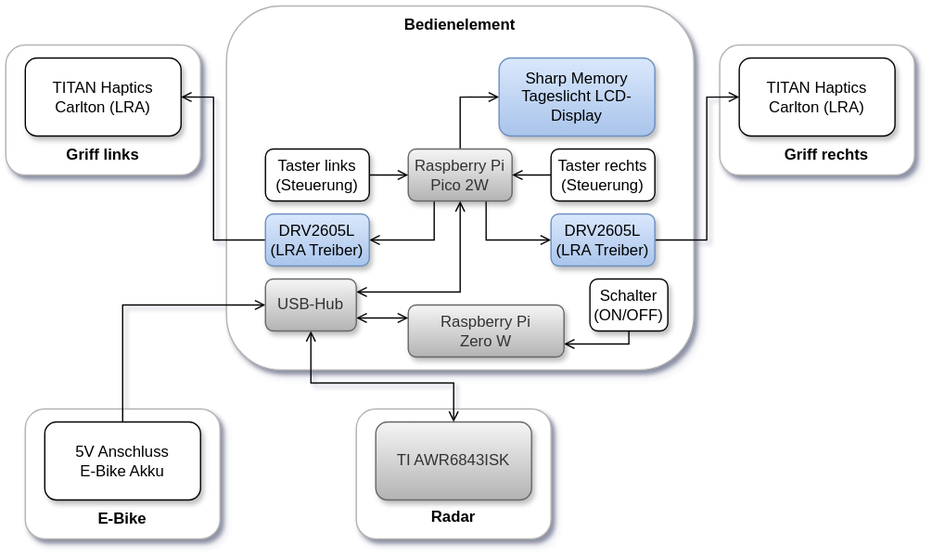
Earlier version of the draw.io export assets/system-overview.svg (Fahradar/slides). Source tidied: cells renumbered, new cells last; positions are measured from the earlier drawing's top-left corner, leaving out a move shared by most shapes.
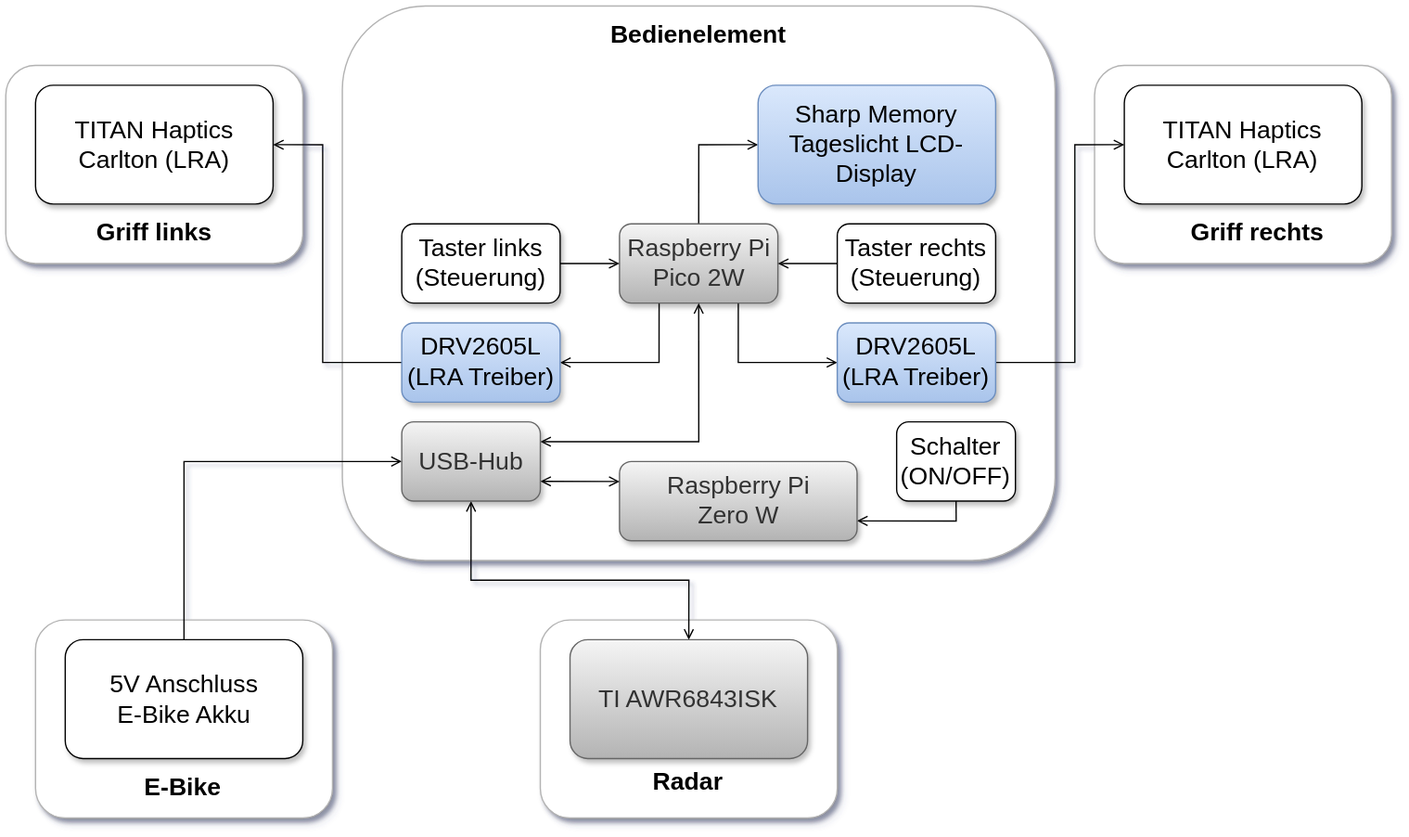
Later version of the same file.

Commit message:
Update README & add system overview.

Diff of the diagram source:
```diff
@@ -2,142 +2,145 @@
   <root>
     <mxCell id="0" />
     <mxCell id="1" parent="0" />
+    <mxCell id="37" style="group;fontSize=19;" parent="1" vertex="1">
+      <mxGeometry x="11" y="81" width="1067.1" height="625" as="geometry" />
+    </mxCell>
-    <mxCell id="2" style="rounded=1;whiteSpace=wrap;html=1;fontFamily=Liberation Sans;shadow=1;strokeColor=#B3B3B3;" parent="1" vertex="1">
-      <mxGeometry x="15" y="310" width="150" height="100" as="geometry" />
+    <mxCell id="2" style="rounded=1;whiteSpace=wrap;html=1;fontFamily=Liberation Sans;shadow=1;strokeColor=#B3B3B3;fontSize=19;" parent="37" vertex="1">
+      <mxGeometry x="22.9" y="472.6" width="228.7" height="152.4" as="geometry" />
     </mxCell>
-    <mxCell id="3" style="rounded=1;whiteSpace=wrap;html=1;fontFamily=Liberation Sans;shadow=1;strokeColor=#B3B3B3;" parent="1" vertex="1">
-      <mxGeometry x="270" y="310" width="150" height="100" as="geometry" />
+    <mxCell id="3" style="rounded=1;whiteSpace=wrap;html=1;fontFamily=Liberation Sans;shadow=1;strokeColor=#B3B3B3;fontSize=19;" parent="37" vertex="1">
+      <mxGeometry x="411.6" y="472.6" width="228.7" height="152.4" as="geometry" />
     </mxCell>
-    <mxCell id="4" style="rounded=1;whiteSpace=wrap;html=1;fontFamily=Liberation Sans;shadow=1;strokeColor=#B3B3B3;" parent="1" vertex="1">
-      <mxGeometry x="170" width="360" height="280" as="geometry" />
+    <mxCell id="4" style="rounded=1;whiteSpace=wrap;html=1;fontFamily=Liberation Sans;shadow=1;strokeColor=#B3B3B3;fontSize=19;" parent="37" vertex="1">
+      <mxGeometry x="259.1" width="548.8" height="426.8" as="geometry" />
     </mxCell>
-    <mxCell id="5" style="rounded=1;whiteSpace=wrap;html=1;fontFamily=Liberation Sans;shadow=1;strokeColor=#B3B3B3;" parent="1" vertex="1">
-      <mxGeometry y="30" width="150" height="100" as="geometry" />
+    <mxCell id="5" style="rounded=1;whiteSpace=wrap;html=1;fontFamily=Liberation Sans;shadow=1;strokeColor=#B3B3B3;fontSize=19;" parent="37" vertex="1">
+      <mxGeometry y="45.7" width="228.7" height="152.4" as="geometry" />
     </mxCell>
-    <mxCell id="6" style="edgeStyle=orthogonalEdgeStyle;rounded=0;jettySize=auto;html=1;exitX=0.25;exitY=1;exitDx=0;exitDy=0;entryX=1;entryY=0.5;entryDx=0;entryDy=0;endArrow=open;endFill=0;fontFamily=Liberation Sans;" parent="1" edge="1" source="9" target="13">
+    <mxCell id="6" style="edgeStyle=orthogonalEdgeStyle;rounded=0;jettySize=auto;html=1;exitX=0.25;exitY=1;exitDx=0;exitDy=0;entryX=1;entryY=0.5;entryDx=0;entryDy=0;endArrow=open;endFill=0;fontFamily=Liberation Sans;fontSize=19;" parent="37" edge="1" source="9" target="13">
       <mxGeometry relative="1" as="geometry" />
     </mxCell>
-    <mxCell id="7" style="edgeStyle=orthogonalEdgeStyle;rounded=0;jettySize=auto;html=1;exitX=0.75;exitY=1;exitDx=0;exitDy=0;entryX=0;entryY=0.5;entryDx=0;entryDy=0;endArrow=open;endFill=0;fontFamily=Liberation Sans;" parent="1" edge="1" source="9" target="32">
+    <mxCell id="7" style="edgeStyle=orthogonalEdgeStyle;rounded=0;jettySize=auto;html=1;exitX=0.75;exitY=1;exitDx=0;exitDy=0;entryX=0;entryY=0.5;entryDx=0;entryDy=0;endArrow=open;endFill=0;fontFamily=Liberation Sans;fontSize=19;" parent="37" edge="1" source="9" target="32">
       <mxGeometry relative="1" as="geometry" />
     </mxCell>
-    <mxCell id="8" style="edgeStyle=orthogonalEdgeStyle;rounded=0;jettySize=auto;html=1;exitX=0.5;exitY=0;exitDx=0;exitDy=0;entryX=0;entryY=0.5;entryDx=0;entryDy=0;endArrow=open;endFill=0;fontFamily=Liberation Sans;" parent="1" edge="1" source="9" target="10">
+    <mxCell id="8" style="edgeStyle=orthogonalEdgeStyle;rounded=0;jettySize=auto;html=1;exitX=0.5;exitY=0;exitDx=0;exitDy=0;entryX=0;entryY=0.5;entryDx=0;entryDy=0;endArrow=open;endFill=0;fontFamily=Liberation Sans;fontSize=19;" parent="37" edge="1" source="9" target="10">
       <mxGeometry relative="1" as="geometry">
         <Array as="points">
-          <mxPoint x="350" y="70" />
+          <mxPoint x="533.5" y="106.7" />
         </Array>
       </mxGeometry>
     </mxCell>
-    <mxCell id="9" value="Raspberry Pi &lt;br&gt;Pico 2W" style="rounded=1;whiteSpace=wrap;html=1;fillColor=#f5f5f5;fontColor=#333333;strokeColor=#666666;fontFamily=Liberation Sans;shadow=1;gradientColor=#B3B3B3;" parent="1" vertex="1">
-      <mxGeometry x="310" y="110" width="80" height="40" as="geometry" />
+    <mxCell id="9" value="Raspberry Pi &lt;br&gt;Pico 2W" style="rounded=1;whiteSpace=wrap;html=1;fillColor=#f5f5f5;fontColor=#333333;strokeColor=#666666;fontFamily=Liberation Sans;shadow=1;gradientColor=#B3B3B3;fontSize=19;" parent="37" vertex="1">
+      <mxGeometry x="472.6" y="167.7" width="122" height="61" as="geometry" />
     </mxCell>
-    <mxCell id="10" value="Sharp Memory Tageslicht LCD-Display" style="rounded=1;whiteSpace=wrap;html=1;fillColor=#dae8fc;strokeColor=#6c8ebf;fontFamily=Liberation Sans;gradientColor=#A9C4EB;shadow=1;" parent="1" vertex="1">
-      <mxGeometry x="380" y="40" width="120" height="60" as="geometry" />
+    <mxCell id="10" value="Sharp Memory Tageslicht LCD-Display" style="rounded=1;whiteSpace=wrap;html=1;fillColor=#dae8fc;strokeColor=#6c8ebf;fontFamily=Liberation Sans;gradientColor=#A9C4EB;shadow=1;fontSize=19;" parent="37" vertex="1">
+      <mxGeometry x="579.3" y="61" width="182.9" height="91.5" as="geometry" />
     </mxCell>
-    <mxCell id="11" value="TITAN Haptics Carlton (LRA)" style="rounded=1;whiteSpace=wrap;html=1;fontFamily=Liberation Sans;shadow=1;" parent="1" vertex="1">
-      <mxGeometry x="15" y="40" width="120" height="60" as="geometry" />
+    <mxCell id="11" value="TITAN Haptics Carlton (LRA)" style="rounded=1;whiteSpace=wrap;html=1;fontFamily=Liberation Sans;shadow=1;fontSize=19;" parent="37" vertex="1">
+      <mxGeometry x="22.9" y="61" width="182.9" height="91.5" as="geometry" />
     </mxCell>
-    <mxCell id="12" style="edgeStyle=orthogonalEdgeStyle;rounded=0;jettySize=auto;html=1;exitX=0;exitY=0.5;exitDx=0;exitDy=0;entryX=1;entryY=0.5;entryDx=0;entryDy=0;endArrow=open;endFill=0;fontFamily=Liberation Sans;" parent="1" edge="1" source="13" target="11">
+    <mxCell id="12" style="edgeStyle=orthogonalEdgeStyle;rounded=0;jettySize=auto;html=1;exitX=0;exitY=0.5;exitDx=0;exitDy=0;entryX=1;entryY=0.5;entryDx=0;entryDy=0;endArrow=open;endFill=0;fontFamily=Liberation Sans;fontSize=19;" parent="37" edge="1" source="13" target="11">
       <mxGeometry relative="1" as="geometry">
         <Array as="points">
-          <mxPoint x="160" y="180" />
-          <mxPoint x="160" y="70" />
+          <mxPoint x="243.9" y="274.4" />
+          <mxPoint x="243.9" y="106.7" />
         </Array>
       </mxGeometry>
     </mxCell>
-    <mxCell id="13" value="DRV2605L&lt;br&gt;(LRA Treiber)" style="rounded=1;whiteSpace=wrap;html=1;fillColor=#dae8fc;strokeColor=#6c8ebf;fontFamily=Liberation Sans;shadow=1;gradientColor=#A9C4EB;" parent="1" vertex="1">
-      <mxGeometry x="200" y="160" width="80" height="40" as="geometry" />
+    <mxCell id="13" value="DRV2605L&lt;br&gt;(LRA Treiber)" style="rounded=1;whiteSpace=wrap;html=1;fillColor=#dae8fc;strokeColor=#6c8ebf;fontFamily=Liberation Sans;shadow=1;gradientColor=#A9C4EB;fontSize=19;" parent="37" vertex="1">
+      <mxGeometry x="304.9" y="243.9" width="122" height="61" as="geometry" />
     </mxCell>
-    <mxCell id="14" style="edgeStyle=orthogonalEdgeStyle;rounded=0;jettySize=auto;html=1;exitX=0.5;exitY=0;exitDx=0;exitDy=0;entryX=0.5;entryY=1;entryDx=0;entryDy=0;startArrow=open;startFill=0;endArrow=open;endFill=0;fontFamily=Liberation Sans;" parent="1" edge="1" source="15" target="36">
+    <mxCell id="14" style="edgeStyle=orthogonalEdgeStyle;rounded=0;jettySize=auto;html=1;exitX=0.5;exitY=0;exitDx=0;exitDy=0;entryX=0.5;entryY=1;entryDx=0;entryDy=0;startArrow=open;startFill=0;endArrow=open;endFill=0;fontFamily=Liberation Sans;fontSize=19;" parent="37" edge="1" source="15" target="36">
       <mxGeometry relative="1" as="geometry">
         <Array as="points">
-          <mxPoint x="345" y="290" />
-          <mxPoint x="235" y="290" />
+          <mxPoint x="525.9" y="442.1" />
+          <mxPoint x="358.2" y="442.1" />
         </Array>
       </mxGeometry>
     </mxCell>
-    <mxCell id="15" value="TI AWR6843ISK" style="rounded=1;whiteSpace=wrap;html=1;fillColor=#f5f5f5;fontColor=#333333;strokeColor=#666666;fontFamily=Liberation Sans;shadow=1;gradientColor=#B3B3B3;" parent="1" vertex="1">
-      <mxGeometry x="285" y="320" width="120" height="60" as="geometry" />
+    <mxCell id="15" value="TI AWR6843ISK" style="rounded=1;whiteSpace=wrap;html=1;fillColor=#f5f5f5;fontColor=#333333;strokeColor=#666666;fontFamily=Liberation Sans;shadow=1;gradientColor=#B3B3B3;fontSize=19;" parent="37" vertex="1">
+      <mxGeometry x="434.4" y="487.8" width="182.9" height="91.5" as="geometry" />
     </mxCell>
-    <mxCell id="16" style="edgeStyle=orthogonalEdgeStyle;rounded=0;jettySize=auto;html=1;exitX=0;exitY=0.5;exitDx=0;exitDy=0;entryX=1;entryY=0.5;entryDx=0;entryDy=0;endArrow=open;endFill=0;fontFamily=Liberation Sans;" parent="1" edge="1" source="17" target="9">
+    <mxCell id="16" style="edgeStyle=orthogonalEdgeStyle;rounded=0;jettySize=auto;html=1;exitX=0;exitY=0.5;exitDx=0;exitDy=0;entryX=1;entryY=0.5;entryDx=0;entryDy=0;endArrow=open;endFill=0;fontFamily=Liberation Sans;fontSize=19;" parent="37" edge="1" source="17" target="9">
       <mxGeometry relative="1" as="geometry" />
     </mxCell>
-    <mxCell id="17" value="Taster rechts&lt;br&gt;(Steuerung)" style="rounded=1;whiteSpace=wrap;html=1;fontFamily=Liberation Sans;shadow=1;" parent="1" vertex="1">
-      <mxGeometry x="420" y="110" width="80" height="40" as="geometry" />
+    <mxCell id="17" value="Taster rechts&lt;br&gt;(Steuerung)" style="rounded=1;whiteSpace=wrap;html=1;fontFamily=Liberation Sans;shadow=1;fontSize=19;" parent="37" vertex="1">
+      <mxGeometry x="640.2" y="167.7" width="122" height="61" as="geometry" />
     </mxCell>
-    <mxCell id="18" style="edgeStyle=orthogonalEdgeStyle;rounded=0;jettySize=auto;html=1;exitX=1;exitY=0.5;exitDx=0;exitDy=0;entryX=0;entryY=0.5;entryDx=0;entryDy=0;endArrow=open;endFill=0;fontFamily=Liberation Sans;" parent="1" edge="1" source="19" target="9">
+    <mxCell id="18" style="edgeStyle=orthogonalEdgeStyle;rounded=0;jettySize=auto;html=1;exitX=1;exitY=0.5;exitDx=0;exitDy=0;entryX=0;entryY=0.5;entryDx=0;entryDy=0;endArrow=open;endFill=0;fontFamily=Liberation Sans;fontSize=19;" parent="37" edge="1" source="19" target="9">
       <mxGeometry relative="1" as="geometry" />
     </mxCell>
-    <mxCell id="19" value="Taster links&lt;br&gt;(Steuerung)" style="rounded=1;whiteSpace=wrap;html=1;fontFamily=Liberation Sans;shadow=1;" parent="1" vertex="1">
-      <mxGeometry x="200" y="110" width="80" height="40" as="geometry" />
+    <mxCell id="19" value="Taster links&lt;br&gt;(Steuerung)" style="rounded=1;whiteSpace=wrap;html=1;fontFamily=Liberation Sans;shadow=1;fontSize=19;" parent="37" vertex="1">
+      <mxGeometry x="304.9" y="167.7" width="122" height="61" as="geometry" />
     </mxCell>
-    <mxCell id="20" style="edgeStyle=orthogonalEdgeStyle;rounded=0;jettySize=auto;html=1;exitX=0.5;exitY=0;exitDx=0;exitDy=0;entryX=0;entryY=0.5;entryDx=0;entryDy=0;endArrow=open;endFill=0;fontFamily=Liberation Sans;" parent="1" edge="1" source="21" target="36">
+    <mxCell id="20" style="edgeStyle=orthogonalEdgeStyle;rounded=0;jettySize=auto;html=1;exitX=0.5;exitY=0;exitDx=0;exitDy=0;entryX=0;entryY=0.5;entryDx=0;entryDy=0;endArrow=open;endFill=0;fontFamily=Liberation Sans;fontSize=19;" parent="37" edge="1" source="21" target="36">
       <mxGeometry relative="1" as="geometry" />
     </mxCell>
-    <mxCell id="21" value="5V Anschluss&lt;br&gt;E-Bike Akku" style="rounded=1;whiteSpace=wrap;html=1;fontFamily=Liberation Sans;shadow=1;" parent="1" vertex="1">
-      <mxGeometry x="30" y="320" width="120" height="60" as="geometry" />
+    <mxCell id="21" value="5V Anschluss&lt;br&gt;E-Bike Akku" style="rounded=1;whiteSpace=wrap;html=1;fontFamily=Liberation Sans;shadow=1;fontSize=19;" parent="37" vertex="1">
+      <mxGeometry x="45.7" y="487.8" width="182.9" height="91.5" as="geometry" />
     </mxCell>
-    <mxCell id="22" value="&lt;b&gt;Bedienelement&lt;/b&gt;" style="text;html=1;align=center;verticalAlign=middle;whiteSpace=wrap;rounded=0;fontFamily=Liberation Sans;" parent="1" vertex="1">
-      <mxGeometry x="320" width="60" height="30" as="geometry" />
+    <mxCell id="22" value="&lt;b&gt;Bedienelement&lt;/b&gt;" style="text;html=1;align=center;verticalAlign=middle;whiteSpace=wrap;rounded=0;fontFamily=Liberation Sans;fontSize=19;" parent="37" vertex="1">
+      <mxGeometry x="487.8" width="91.5" height="45.7" as="geometry" />
     </mxCell>
-    <mxCell id="23" value="&lt;b&gt;Griff links&lt;/b&gt;" style="text;html=1;align=center;verticalAlign=middle;whiteSpace=wrap;rounded=0;fontFamily=Liberation Sans;" parent="1" vertex="1">
-      <mxGeometry x="45" y="100" width="60" height="30" as="geometry" />
+    <mxCell id="23" value="&lt;b&gt;Griff links&lt;/b&gt;" style="text;html=1;align=center;verticalAlign=middle;whiteSpace=wrap;rounded=0;fontFamily=Liberation Sans;fontSize=19;" parent="37" vertex="1">
+      <mxGeometry x="68.6" y="152.4" width="91.5" height="45.7" as="geometry" />
     </mxCell>
-    <mxCell id="24" style="edgeStyle=orthogonalEdgeStyle;rounded=0;jettySize=auto;html=1;exitX=0.5;exitY=1;exitDx=0;exitDy=0;entryX=1;entryY=0.75;entryDx=0;entryDy=0;endArrow=open;endFill=0;fontFamily=Liberation Sans;" parent="1" edge="1" source="25" target="33">
+    <mxCell id="24" style="edgeStyle=orthogonalEdgeStyle;rounded=0;jettySize=auto;html=1;exitX=0.5;exitY=1;exitDx=0;exitDy=0;entryX=1;entryY=0.75;entryDx=0;entryDy=0;endArrow=open;endFill=0;fontFamily=Liberation Sans;fontSize=19;" parent="37" edge="1" source="25" target="33">
       <mxGeometry relative="1" as="geometry">
         <Array as="points">
-          <mxPoint x="480" y="260" />
+          <mxPoint x="731.7" y="396.3" />
         </Array>
       </mxGeometry>
     </mxCell>
-    <mxCell id="25" value="Schalter (ON/OFF)" style="rounded=1;whiteSpace=wrap;html=1;fontFamily=Liberation Sans;shadow=1;" parent="1" vertex="1">
-      <mxGeometry x="450" y="210" width="60" height="40" as="geometry" />
+    <mxCell id="25" value="Schalter (ON/OFF)" style="rounded=1;whiteSpace=wrap;html=1;fontFamily=Liberation Sans;shadow=1;fontSize=19;" parent="37" vertex="1">
+      <mxGeometry x="686" y="320.1" width="91.5" height="61" as="geometry" />
     </mxCell>
-    <mxCell id="26" value="&lt;b&gt;Radar&lt;/b&gt;" style="text;html=1;align=center;verticalAlign=middle;whiteSpace=wrap;rounded=0;fontFamily=Liberation Sans;" parent="1" vertex="1">
-      <mxGeometry x="315" y="385" width="60" height="15" as="geometry" />
+    <mxCell id="26" value="&lt;b&gt;Radar&lt;/b&gt;" style="text;html=1;align=center;verticalAlign=middle;whiteSpace=wrap;rounded=0;fontFamily=Liberation Sans;fontSize=19;" parent="37" vertex="1">
+      <mxGeometry x="480.2" y="586.9" width="91.5" height="22.9" as="geometry" />
     </mxCell>
-    <mxCell id="27" value="&lt;b&gt;E-Bike&lt;/b&gt;" style="text;html=1;align=center;verticalAlign=middle;whiteSpace=wrap;rounded=0;fontFamily=Liberation Sans;" parent="1" vertex="1">
-      <mxGeometry x="60" y="385" width="60" height="20" as="geometry" />
+    <mxCell id="27" value="&lt;b&gt;E-Bike&lt;/b&gt;" style="text;html=1;align=center;verticalAlign=middle;whiteSpace=wrap;rounded=0;fontFamily=Liberation Sans;fontSize=19;" parent="37" vertex="1">
+      <mxGeometry x="91.5" y="586.9" width="91.5" height="30.5" as="geometry" />
     </mxCell>
-    <mxCell id="28" style="rounded=1;whiteSpace=wrap;html=1;fontFamily=Liberation Sans;shadow=1;strokeColor=#B3B3B3;" parent="1" vertex="1">
-      <mxGeometry x="550" y="30" width="150" height="100" as="geometry" />
+    <mxCell id="28" style="rounded=1;whiteSpace=wrap;html=1;fontFamily=Liberation Sans;shadow=1;strokeColor=#B3B3B3;fontSize=19;" parent="37" vertex="1">
+      <mxGeometry x="838.4" y="45.7" width="228.7" height="152.4" as="geometry" />
     </mxCell>
-    <mxCell id="29" value="TITAN Haptics Carlton (LRA)" style="rounded=1;whiteSpace=wrap;html=1;fontFamily=Liberation Sans;shadow=1;" parent="1" vertex="1">
-      <mxGeometry x="565" y="40" width="120" height="60" as="geometry" />
+    <mxCell id="29" value="TITAN Haptics Carlton (LRA)" style="rounded=1;whiteSpace=wrap;html=1;fontFamily=Liberation Sans;shadow=1;fontSize=19;" parent="37" vertex="1">
+      <mxGeometry x="861.3" y="61" width="182.9" height="91.5" as="geometry" />
     </mxCell>
-    <mxCell id="30" value="&lt;b&gt;Griff rechts&lt;/b&gt;" style="text;html=1;align=center;verticalAlign=middle;whiteSpace=wrap;rounded=0;fontFamily=Liberation Sans;" parent="1" vertex="1">
-      <mxGeometry x="595" y="100" width="75" height="30" as="geometry" />
+    <mxCell id="30" value="&lt;b&gt;Griff rechts&lt;/b&gt;" style="text;html=1;align=center;verticalAlign=middle;whiteSpace=wrap;rounded=0;fontFamily=Liberation Sans;fontSize=19;" parent="37" vertex="1">
+      <mxGeometry x="907" y="152.4" width="114.3" height="45.7" as="geometry" />
     </mxCell>
-    <mxCell id="31" style="edgeStyle=orthogonalEdgeStyle;rounded=0;jettySize=auto;html=1;exitX=1;exitY=0.5;exitDx=0;exitDy=0;entryX=0;entryY=0.5;entryDx=0;entryDy=0;endArrow=open;endFill=0;fontFamily=Liberation Sans;" parent="1" edge="1" source="32" target="29">
+    <mxCell id="31" style="edgeStyle=orthogonalEdgeStyle;rounded=0;jettySize=auto;html=1;exitX=1;exitY=0.5;exitDx=0;exitDy=0;entryX=0;entryY=0.5;entryDx=0;entryDy=0;endArrow=open;endFill=0;fontFamily=Liberation Sans;fontSize=19;" parent="37" edge="1" source="32" target="29">
       <mxGeometry relative="1" as="geometry">
         <Array as="points">
-          <mxPoint x="540" y="180" />
-          <mxPoint x="540" y="70" />
+          <mxPoint x="823.2" y="274.4" />
+          <mxPoint x="823.2" y="106.7" />
         </Array>
       </mxGeometry>
     </mxCell>
-    <mxCell id="32" value="DRV2605L&lt;br&gt;(LRA Treiber)" style="rounded=1;whiteSpace=wrap;html=1;fillColor=#dae8fc;strokeColor=#6c8ebf;fontFamily=Liberation Sans;shadow=1;gradientColor=#A9C4EB;" parent="1" vertex="1">
-      <mxGeometry x="420" y="160" width="80" height="40" as="geometry" />
+    <mxCell id="32" value="DRV2605L&lt;br&gt;(LRA Treiber)" style="rounded=1;whiteSpace=wrap;html=1;fillColor=#dae8fc;strokeColor=#6c8ebf;fontFamily=Liberation Sans;shadow=1;gradientColor=#A9C4EB;fontSize=19;" parent="37" vertex="1">
+      <mxGeometry x="640.2" y="243.9" width="122" height="61" as="geometry" />
     </mxCell>
-    <mxCell id="33" value="Raspberry Pi &lt;br&gt;Zero W" style="rounded=1;whiteSpace=wrap;html=1;fillColor=#f5f5f5;fontColor=#333333;strokeColor=#666666;fontFamily=Liberation Sans;shadow=1;gradientColor=#B3B3B3;" parent="1" vertex="1">
-      <mxGeometry x="310" y="230" width="120" height="40" as="geometry" />
+    <mxCell id="33" value="Raspberry Pi &lt;br&gt;Zero W" style="rounded=1;whiteSpace=wrap;html=1;fillColor=#f5f5f5;fontColor=#333333;strokeColor=#666666;fontFamily=Liberation Sans;shadow=1;gradientColor=#B3B3B3;fontSize=19;" parent="37" vertex="1">
+      <mxGeometry x="472.6" y="350.6" width="182.9" height="61" as="geometry" />
     </mxCell>
-    <mxCell id="34" style="edgeStyle=orthogonalEdgeStyle;rounded=0;jettySize=auto;html=1;exitX=1;exitY=0.25;exitDx=0;exitDy=0;entryX=0.5;entryY=1;entryDx=0;entryDy=0;startArrow=open;startFill=0;endArrow=open;endFill=0;fontFamily=Liberation Sans;" parent="1" edge="1" source="36" target="9">
+    <mxCell id="34" style="edgeStyle=orthogonalEdgeStyle;rounded=0;jettySize=auto;html=1;exitX=1;exitY=0.25;exitDx=0;exitDy=0;entryX=0.5;entryY=1;entryDx=0;entryDy=0;startArrow=open;startFill=0;endArrow=open;endFill=0;fontFamily=Liberation Sans;fontSize=19;" parent="37" edge="1" source="36" target="9">
       <mxGeometry relative="1" as="geometry">
         <Array as="points">
-          <mxPoint x="350" y="220" />
+          <mxPoint x="533.5" y="335.4" />
         </Array>
       </mxGeometry>
     </mxCell>
-    <mxCell id="35" style="edgeStyle=orthogonalEdgeStyle;rounded=0;jettySize=auto;html=1;exitX=1;exitY=0.75;exitDx=0;exitDy=0;startArrow=open;startFill=0;endArrow=open;endFill=0;fontFamily=Liberation Sans;" parent="1" edge="1" source="36">
+    <mxCell id="35" style="edgeStyle=orthogonalEdgeStyle;rounded=0;jettySize=auto;html=1;exitX=1;exitY=0.75;exitDx=0;exitDy=0;startArrow=open;startFill=0;endArrow=open;endFill=0;fontFamily=Liberation Sans;fontSize=19;" parent="37" edge="1" source="36">
       <mxGeometry relative="1" as="geometry">
-        <mxPoint x="310" y="240" as="targetPoint" />
+        <mxPoint x="472.6" y="365.9" as="targetPoint" />
         <Array as="points">
-          <mxPoint x="310" y="240" />
+          <mxPoint x="472.6" y="365.9" />
         </Array>
       </mxGeometry>
     </mxCell>
-    <mxCell id="36" value="USB-Hub" style="rounded=1;whiteSpace=wrap;html=1;fillColor=#f5f5f5;fontColor=#333333;strokeColor=#666666;fontFamily=Liberation Sans;shadow=1;gradientColor=#B3B3B3;" parent="1" vertex="1">
-      <mxGeometry x="200" y="210" width="70" height="40" as="geometry" />
+    <mxCell id="36" value="USB-Hub" style="rounded=1;whiteSpace=wrap;html=1;fillColor=#f5f5f5;fontColor=#333333;strokeColor=#666666;fontFamily=Liberation Sans;shadow=1;gradientColor=#B3B3B3;fontSize=19;" parent="37" vertex="1">
+      <mxGeometry x="304.9" y="320.1" width="106.7" height="61" as="geometry" />
     </mxCell>
   </root>
 </mxGraphModel>
```
